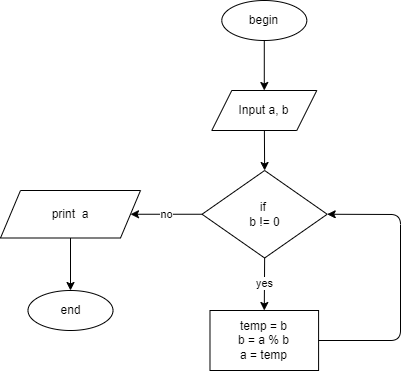
Before: Bai 10/FlowChart_10a.drawio.png, a diagram exported from draw.io (QuocNGN/flow-chart-code). Source tidied: cells renumbered, new cells last; positions are measured from the earlier drawing's top-left corner, leaving out a move shared by most shapes.
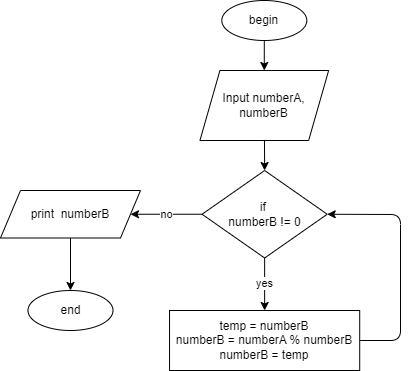
Later version of the same file.

Change to the diagram source:
```diff
@@ -14,16 +14,16 @@
     <mxCell id="5" value="no" style="edgeStyle=none;html=1;exitX=0;exitY=0.5;exitDx=0;exitDy=0;" parent="1" edge="1" source="12" target="9">
       <mxGeometry relative="1" as="geometry" />
     </mxCell>
-    <mxCell id="6" value="Input a, b" style="shape=parallelogram;perimeter=parallelogramPerimeter;whiteSpace=wrap;html=1;fixedSize=1;" parent="1" vertex="1">
-      <mxGeometry x="211.3" y="90" width="105" height="40" as="geometry" />
+    <mxCell id="6" value="Input numberA, numberB" style="shape=parallelogram;perimeter=parallelogramPerimeter;whiteSpace=wrap;html=1;fixedSize=1;" parent="1" vertex="1">
+      <mxGeometry x="199.4" y="70" width="128.7" height="70" as="geometry" />
     </mxCell>
-    <mxCell id="7" value="temp = b&lt;br&gt;b = a % b&lt;br&gt;a = temp" style="whiteSpace=wrap;html=1;" parent="1" vertex="1">
-      <mxGeometry x="209.5" y="310" width="108.6" height="60" as="geometry" />
+    <mxCell id="7" value="temp = numberB&lt;br&gt;numberB = numberA % numberB&lt;br&gt;numberB = temp" style="whiteSpace=wrap;html=1;" parent="1" vertex="1">
+      <mxGeometry x="169" y="310" width="190.2" height="60" as="geometry" />
     </mxCell>
     <mxCell id="8" style="edgeStyle=none;html=1;entryX=0.5;entryY=0;entryDx=0;entryDy=0;" parent="1" edge="1" source="9" target="10">
       <mxGeometry relative="1" as="geometry" />
     </mxCell>
-    <mxCell id="9" value="print&amp;nbsp; a" style="shape=parallelogram;perimeter=parallelogramPerimeter;whiteSpace=wrap;html=1;fixedSize=1;" parent="1" vertex="1">
+    <mxCell id="9" value="print&amp;nbsp; numberB" style="shape=parallelogram;perimeter=parallelogramPerimeter;whiteSpace=wrap;html=1;fixedSize=1;" parent="1" vertex="1">
       <mxGeometry y="190" width="140" height="47.5" as="geometry" />
     </mxCell>
     <mxCell id="10" value="end" style="ellipse;whiteSpace=wrap;html=1;" parent="1" vertex="1">
@@ -32,7 +32,7 @@
     <mxCell id="11" value="yes" style="edgeStyle=none;html=1;exitX=0.5;exitY=1;exitDx=0;exitDy=0;entryX=0.5;entryY=0;entryDx=0;entryDy=0;" parent="1" edge="1" source="12" target="7">
       <mxGeometry relative="1" as="geometry" />
     </mxCell>
-    <mxCell id="12" value="if&amp;nbsp;&lt;br&gt;b != 0" style="rhombus;whiteSpace=wrap;html=1;" parent="1" vertex="1">
+    <mxCell id="12" value="if&amp;nbsp;&lt;br&gt;numberB != 0" style="rhombus;whiteSpace=wrap;html=1;" parent="1" vertex="1">
       <mxGeometry x="201.6" y="170" width="125.2" height="87.5" as="geometry" />
     </mxCell>
     <mxCell id="13" style="edgeStyle=none;html=1;exitX=1;exitY=0.5;exitDx=0;exitDy=0;entryX=1;entryY=0.5;entryDx=0;entryDy=0;" parent="1" edge="1" source="7" target="12">
```
